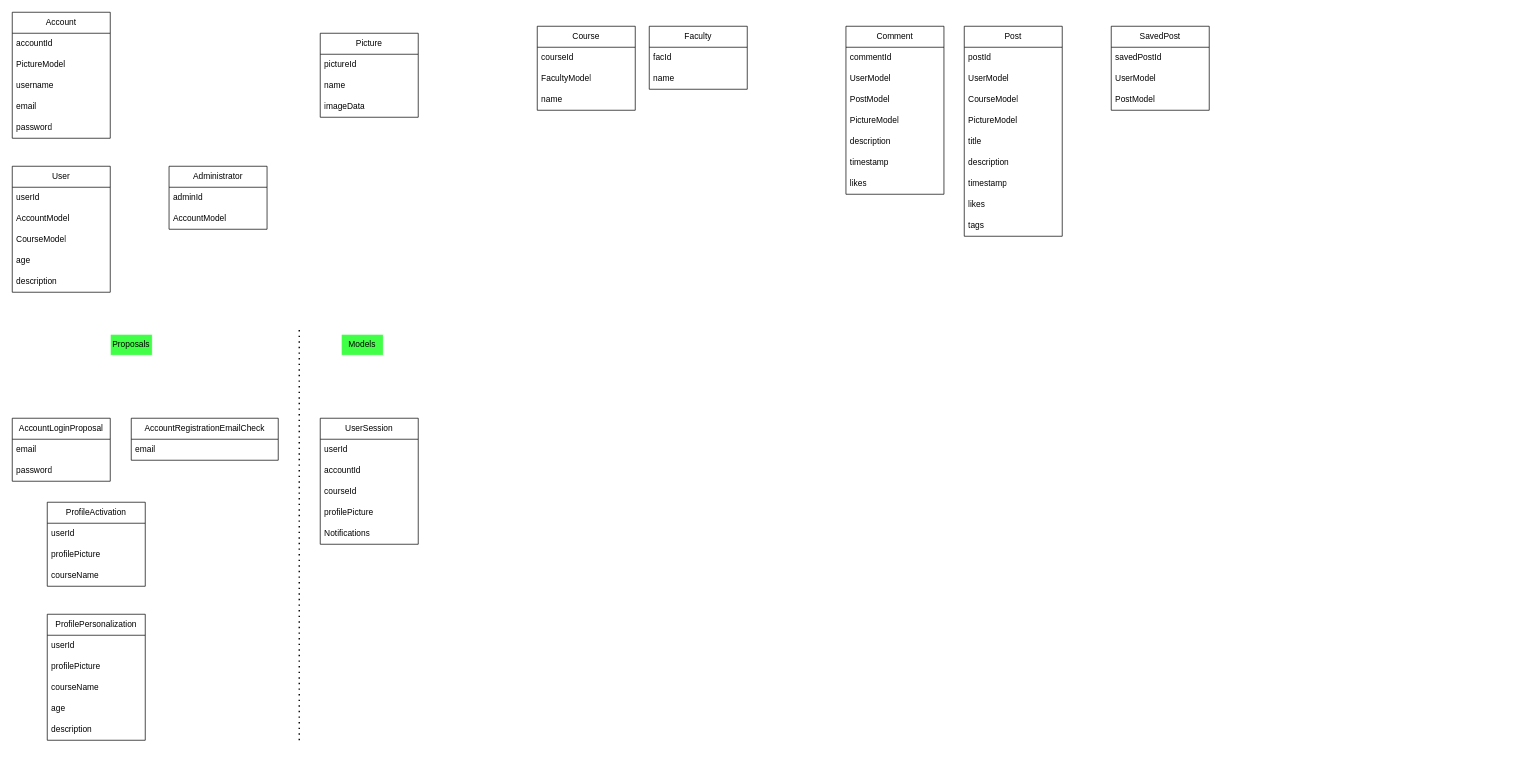
The draw.io diagram docs/diagrams/sources/ModelRefactoring.drawio in SE-TINF22B6/DHBWhub, before the edit. Source tidied: cells renumbered, new cells numbered last; positions are measured from the earlier drawing's top-left corner, leaving out a move shared by most shapes. Both pictures are drawn from the tidied source at 70%, with x=0, y=0 at pixel (12, 12).
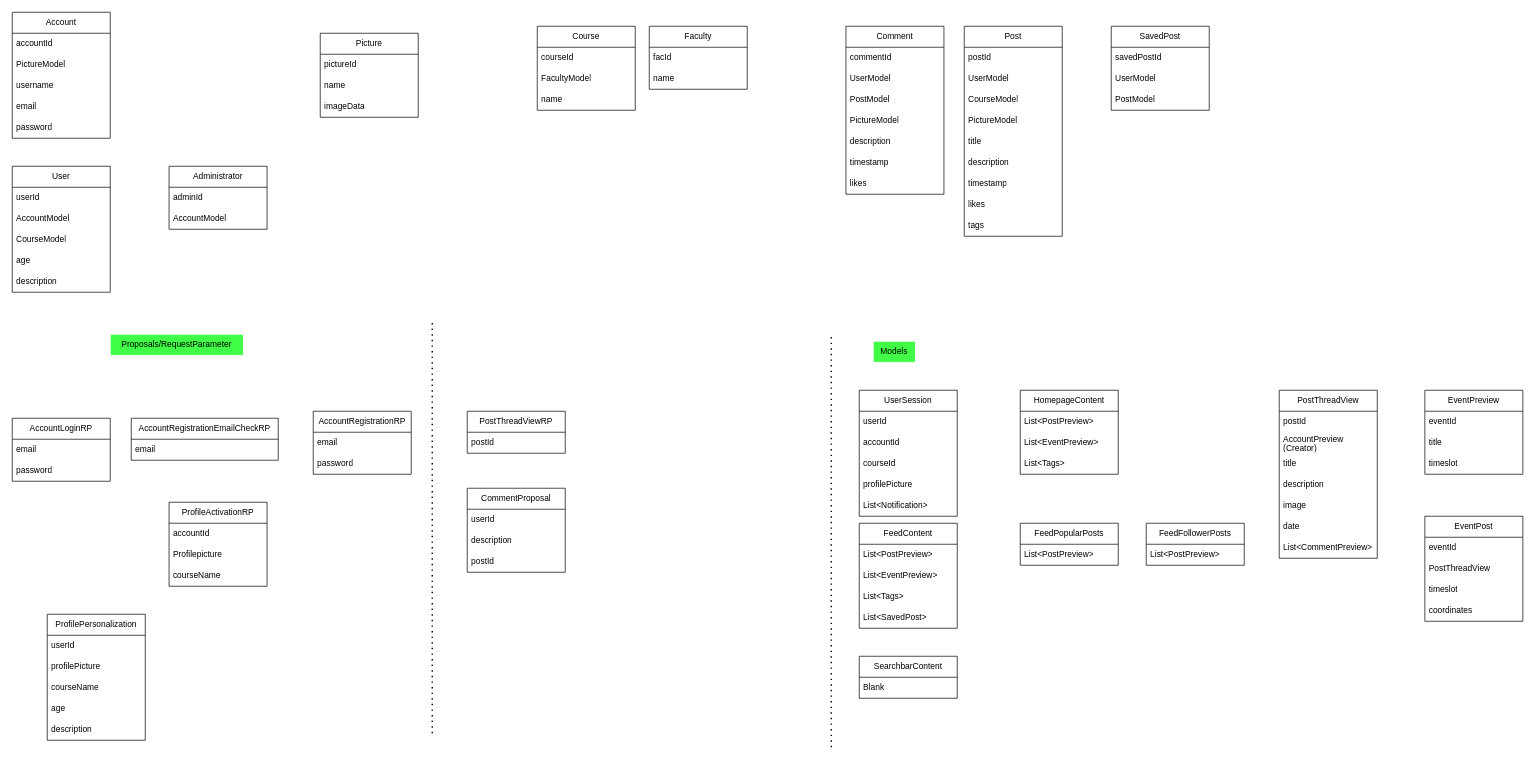
Above is the later version.

Diff of the diagram source:
```diff
@@
-    <mxCell id="50" value="Proposals" style="text;html=1;strokeColor=#FFFFFF;fillColor=#40FF46;align=center;verticalAlign=middle;whiteSpace=wrap;rounded=0;" parent="1" vertex="1">
-      <mxGeometry x="140" y="460" width="60" height="30" as="geometry" />
+    <mxCell id="50" value="&lt;div&gt;Proposals/RequestParameter&lt;/div&gt;" style="text;html=1;strokeColor=#FFFFFF;fillColor=#40FF46;align=center;verticalAlign=middle;whiteSpace=wrap;rounded=0;" parent="1" vertex="1">
+      <mxGeometry x="140" y="460" width="190" height="30" as="geometry" />
     </mxCell>
     <mxCell id="51" value="Models" style="text;html=1;strokeColor=#FFFFFF;fillColor=#40FF46;align=center;verticalAlign=middle;whiteSpace=wrap;rounded=0;" parent="1" vertex="1">
-      <mxGeometry x="470" y="460" width="60" height="30" as="geometry" />
+      <mxGeometry x="1230" y="470" width="60" height="30" as="geometry" />
     </mxCell>
-    <mxCell id="52" value="AccountLoginProposal" style="swimlane;fontStyle=0;horizontal=1;startSize=30;whiteSpace=wrap;html=1;" parent="1" vertex="1">
+    <mxCell id="52" value="AccountLoginRP" style="swimlane;fontStyle=0;horizontal=1;startSize=30;whiteSpace=wrap;html=1;" parent="1" vertex="1">
       <mxGeometry y="580" width="140" height="90" as="geometry" />
     </mxCell>
@@
-    <mxCell id="55" value="AccountRegistrationEmailCheck" style="swimlane;fontStyle=0;horizontal=1;startSize=30;whiteSpace=wrap;html=1;" parent="1" vertex="1">
+    <mxCell id="55" value="AccountRegistrationEmailCheckRP" style="swimlane;fontStyle=0;horizontal=1;startSize=30;whiteSpace=wrap;html=1;" parent="1" vertex="1">
       <mxGeometry x="170" y="580" width="210" height="60" as="geometry" />
     </mxCell>
@@
-    <mxCell id="57" value="ProfileActivation" style="swimlane;fontStyle=0;horizontal=1;startSize=30;whiteSpace=wrap;html=1;" parent="1" vertex="1">
-      <mxGeometry x="50" y="700" width="140" height="120" as="geometry" />
+    <mxCell id="57" value="ProfileActivationRP" style="swimlane;fontStyle=0;horizontal=1;startSize=30;whiteSpace=wrap;html=1;" parent="1" vertex="1">
+      <mxGeometry x="224" y="700" width="140" height="120" as="geometry" />
     </mxCell>
-    <mxCell id="58" value="userId" style="text;strokeColor=none;fillColor=none;align=left;verticalAlign=middle;spacingLeft=4;spacingRight=4;overflow=hidden;whiteSpace=wrap;html=1;" parent="57" vertex="1">
+    <mxCell id="58" value="accountId" style="text;strokeColor=none;fillColor=none;align=left;verticalAlign=middle;spacingLeft=4;spacingRight=4;overflow=hidden;whiteSpace=wrap;html=1;" parent="57" vertex="1">
       <mxGeometry y="30" width="140" height="30" as="geometry" />
     </mxCell>
-    <mxCell id="59" value="profilePicture" style="text;strokeColor=none;fillColor=none;align=left;verticalAlign=middle;spacingLeft=4;spacingRight=4;overflow=hidden;whiteSpace=wrap;html=1;" parent="57" vertex="1">
+    <mxCell id="59" value="Profilepicture" style="text;strokeColor=none;fillColor=none;align=left;verticalAlign=middle;spacingLeft=4;spacingRight=4;overflow=hidden;whiteSpace=wrap;html=1;" parent="57" vertex="1">
       <mxGeometry y="60" width="140" height="30" as="geometry" />
     </mxCell>
@@
     <mxCell id="67" value="UserSession" style="swimlane;fontStyle=0;horizontal=1;startSize=30;whiteSpace=wrap;html=1;" parent="1" vertex="1">
-      <mxGeometry x="440" y="580" width="140" height="180" as="geometry" />
+      <mxGeometry x="1210" y="540" width="140" height="180" as="geometry" />
     </mxCell>
@@
-    <mxCell id="72" value="Notifications" style="text;strokeColor=none;fillColor=none;align=left;verticalAlign=middle;spacingLeft=4;spacingRight=4;overflow=hidden;whiteSpace=wrap;html=1;" parent="67" vertex="1">
+    <mxCell id="72" value="List&amp;lt;Notification&amp;gt;" style="text;strokeColor=none;fillColor=none;align=left;verticalAlign=middle;spacingLeft=4;spacingRight=4;overflow=hidden;whiteSpace=wrap;html=1;" parent="67" vertex="1">
       <mxGeometry y="150" width="140" height="30" as="geometry" />
     </mxCell>
     <mxCell id="73" style="endArrow=none;dashed=1;html=1;dashPattern=1 3;strokeWidth=2;rounded=0;" parent="1" edge="1">
       <mxGeometry relative="1" as="geometry">
-        <mxPoint x="410" y="1040" as="sourcePoint" />
-        <mxPoint x="410" y="450" as="targetPoint" />
+        <mxPoint x="1170" y="1050" as="sourcePoint" />
+        <mxPoint x="1170" y="460" as="targetPoint" />
       </mxGeometry>
     </mxCell>
+    <mxCell id="74" value="AccountRegistrationRP" style="swimlane;fontStyle=0;horizontal=1;startSize=30;whiteSpace=wrap;html=1;" parent="1" vertex="1">
+      <mxGeometry x="430" y="570" width="140" height="90" as="geometry" />
+    </mxCell>
+    <mxCell id="75" value="email" style="text;strokeColor=none;fillColor=none;align=left;verticalAlign=middle;spacingLeft=4;spacingRight=4;overflow=hidden;whiteSpace=wrap;html=1;" parent="74" vertex="1">
+      <mxGeometry y="30" width="140" height="30" as="geometry" />
+    </mxCell>
+    <mxCell id="76" value="password" style="text;strokeColor=none;fillColor=none;align=left;verticalAlign=middle;spacingLeft=4;spacingRight=4;overflow=hidden;whiteSpace=wrap;html=1;" parent="74" vertex="1">
+      <mxGeometry y="60" width="140" height="30" as="geometry" />
+    </mxCell>
+    <mxCell id="77" value="HomepageContent" style="swimlane;fontStyle=0;horizontal=1;startSize=30;whiteSpace=wrap;html=1;" parent="1" vertex="1">
+      <mxGeometry x="1440" y="540" width="140" height="120" as="geometry" />
+    </mxCell>
+    <mxCell id="78" value="List&amp;lt;PostPreview&amp;gt;" style="text;strokeColor=none;fillColor=none;align=left;verticalAlign=middle;spacingLeft=4;spacingRight=4;overflow=hidden;whiteSpace=wrap;html=1;" parent="77" vertex="1">
+      <mxGeometry y="30" width="140" height="30" as="geometry" />
+    </mxCell>
+    <mxCell id="79" value="List&amp;lt;EventPreview&amp;gt;" style="text;strokeColor=none;fillColor=none;align=left;verticalAlign=middle;spacingLeft=4;spacingRight=4;overflow=hidden;whiteSpace=wrap;html=1;" parent="77" vertex="1">
+      <mxGeometry y="60" width="140" height="30" as="geometry" />
+    </mxCell>
+    <mxCell id="80" value="List&amp;lt;Tags&amp;gt;" style="text;strokeColor=none;fillColor=none;align=left;verticalAlign=middle;spacingLeft=4;spacingRight=4;overflow=hidden;whiteSpace=wrap;html=1;" parent="77" vertex="1">
+      <mxGeometry y="90" width="140" height="30" as="geometry" />
+    </mxCell>
+    <mxCell id="81" value="FeedContent" style="swimlane;fontStyle=0;horizontal=1;startSize=30;whiteSpace=wrap;html=1;" parent="1" vertex="1">
+      <mxGeometry x="1210" y="730" width="140" height="150" as="geometry" />
+    </mxCell>
+    <mxCell id="82" value="List&amp;lt;PostPreview&amp;gt;" style="text;strokeColor=none;fillColor=none;align=left;verticalAlign=middle;spacingLeft=4;spacingRight=4;overflow=hidden;whiteSpace=wrap;html=1;" parent="81" vertex="1">
+      <mxGeometry y="30" width="140" height="30" as="geometry" />
+    </mxCell>
+    <mxCell id="83" value="List&amp;lt;EventPreview&amp;gt;" style="text;strokeColor=none;fillColor=none;align=left;verticalAlign=middle;spacingLeft=4;spacingRight=4;overflow=hidden;whiteSpace=wrap;html=1;" parent="81" vertex="1">
+      <mxGeometry y="60" width="140" height="30" as="geometry" />
+    </mxCell>
+    <mxCell id="84" value="List&amp;lt;Tags&amp;gt;" style="text;strokeColor=none;fillColor=none;align=left;verticalAlign=middle;spacingLeft=4;spacingRight=4;overflow=hidden;whiteSpace=wrap;html=1;" parent="81" vertex="1">
+      <mxGeometry y="90" width="140" height="30" as="geometry" />
+    </mxCell>
+    <mxCell id="85" value="List&amp;lt;SavedPost&amp;gt;" style="text;strokeColor=none;fillColor=none;align=left;verticalAlign=middle;spacingLeft=4;spacingRight=4;overflow=hidden;whiteSpace=wrap;html=1;" parent="81" vertex="1">
+      <mxGeometry y="120" width="140" height="30" as="geometry" />
+    </mxCell>
+    <mxCell id="86" value="FeedPopularPosts" style="swimlane;fontStyle=0;horizontal=1;startSize=30;whiteSpace=wrap;html=1;" parent="1" vertex="1">
+      <mxGeometry x="1440" y="730" width="140" height="60" as="geometry" />
+    </mxCell>
+    <mxCell id="87" value="List&amp;lt;PostPreview&amp;gt;" style="text;strokeColor=none;fillColor=none;align=left;verticalAlign=middle;spacingLeft=4;spacingRight=4;overflow=hidden;whiteSpace=wrap;html=1;" parent="86" vertex="1">
+      <mxGeometry y="30" width="140" height="30" as="geometry" />
+    </mxCell>
+    <mxCell id="88" value="FeedFollowerPosts" style="swimlane;fontStyle=0;horizontal=1;startSize=30;whiteSpace=wrap;html=1;" parent="1" vertex="1">
+      <mxGeometry x="1620" y="730" width="140" height="60" as="geometry" />
+    </mxCell>
+    <mxCell id="89" value="List&amp;lt;PostPreview&amp;gt;" style="text;strokeColor=none;fillColor=none;align=left;verticalAlign=middle;spacingLeft=4;spacingRight=4;overflow=hidden;whiteSpace=wrap;html=1;" parent="88" vertex="1">
+      <mxGeometry y="30" width="140" height="30" as="geometry" />
+    </mxCell>
+    <mxCell id="90" value="SearchbarContent" style="swimlane;fontStyle=0;horizontal=1;startSize=30;whiteSpace=wrap;html=1;" parent="1" vertex="1">
+      <mxGeometry x="1210" y="920" width="140" height="60" as="geometry" />
+    </mxCell>
+    <mxCell id="91" value="Blank" style="text;strokeColor=none;fillColor=none;align=left;verticalAlign=middle;spacingLeft=4;spacingRight=4;overflow=hidden;whiteSpace=wrap;html=1;" parent="90" vertex="1">
+      <mxGeometry y="30" width="140" height="30" as="geometry" />
+    </mxCell>
+    <mxCell id="92" style="endArrow=none;dashed=1;html=1;dashPattern=1 3;strokeWidth=2;rounded=0;" parent="1" edge="1">
+      <mxGeometry relative="1" as="geometry">
+        <mxPoint x="600" y="1030" as="sourcePoint" />
+        <mxPoint x="600" y="440" as="targetPoint" />
+      </mxGeometry>
+    </mxCell>
+    <mxCell id="93" value="PostThreadViewRP" style="swimlane;fontStyle=0;horizontal=1;startSize=30;whiteSpace=wrap;html=1;" parent="1" vertex="1">
+      <mxGeometry x="650" y="570" width="140" height="60" as="geometry" />
+    </mxCell>
+    <mxCell id="94" value="postId" style="text;strokeColor=none;fillColor=none;align=left;verticalAlign=middle;spacingLeft=4;spacingRight=4;overflow=hidden;whiteSpace=wrap;html=1;" parent="93" vertex="1">
+      <mxGeometry y="30" width="140" height="30" as="geometry" />
+    </mxCell>
+    <mxCell id="95" value="PostThreadView" style="swimlane;fontStyle=0;horizontal=1;startSize=30;whiteSpace=wrap;html=1;" parent="1" vertex="1">
+      <mxGeometry x="1810" y="540" width="140" height="240" as="geometry" />
+    </mxCell>
+    <mxCell id="96" value="postId" style="text;strokeColor=none;fillColor=none;align=left;verticalAlign=middle;spacingLeft=4;spacingRight=4;overflow=hidden;whiteSpace=wrap;html=1;" parent="95" vertex="1">
+      <mxGeometry y="30" width="140" height="30" as="geometry" />
+    </mxCell>
+    <mxCell id="97" value="AccountPreview (Creator)" style="text;strokeColor=none;fillColor=none;align=left;verticalAlign=middle;spacingLeft=4;spacingRight=4;overflow=hidden;whiteSpace=wrap;html=1;" parent="95" vertex="1">
+      <mxGeometry y="60" width="140" height="30" as="geometry" />
+    </mxCell>
+    <mxCell id="98" value="title" style="text;strokeColor=none;fillColor=none;align=left;verticalAlign=middle;spacingLeft=4;spacingRight=4;overflow=hidden;whiteSpace=wrap;html=1;" parent="95" vertex="1">
+      <mxGeometry y="90" width="140" height="30" as="geometry" />
+    </mxCell>
+    <mxCell id="99" value="description" style="text;strokeColor=none;fillColor=none;align=left;verticalAlign=middle;spacingLeft=4;spacingRight=4;overflow=hidden;whiteSpace=wrap;html=1;" parent="95" vertex="1">
+      <mxGeometry y="120" width="140" height="30" as="geometry" />
+    </mxCell>
+    <mxCell id="100" value="image" style="text;strokeColor=none;fillColor=none;align=left;verticalAlign=middle;spacingLeft=4;spacingRight=4;overflow=hidden;whiteSpace=wrap;html=1;" parent="95" vertex="1">
+      <mxGeometry y="150" width="140" height="30" as="geometry" />
+    </mxCell>
+    <mxCell id="101" value="date" style="text;strokeColor=none;fillColor=none;align=left;verticalAlign=middle;spacingLeft=4;spacingRight=4;overflow=hidden;whiteSpace=wrap;html=1;" parent="95" vertex="1">
+      <mxGeometry y="180" width="140" height="30" as="geometry" />
+    </mxCell>
+    <mxCell id="102" value="List&amp;lt;CommentPreview&amp;gt;" style="text;strokeColor=none;fillColor=none;align=left;verticalAlign=middle;spacingLeft=4;spacingRight=4;overflow=hidden;whiteSpace=wrap;html=1;" parent="95" vertex="1">
+      <mxGeometry y="210" width="140" height="30" as="geometry" />
+    </mxCell>
+    <mxCell id="103" value="CommentProposal" style="swimlane;fontStyle=0;horizontal=1;startSize=30;whiteSpace=wrap;html=1;" parent="1" vertex="1">
+      <mxGeometry x="650" y="680" width="140" height="120" as="geometry" />
+    </mxCell>
+    <mxCell id="104" value="userId" style="text;strokeColor=none;fillColor=none;align=left;verticalAlign=middle;spacingLeft=4;spacingRight=4;overflow=hidden;whiteSpace=wrap;html=1;" parent="103" vertex="1">
+      <mxGeometry y="30" width="140" height="30" as="geometry" />
+    </mxCell>
+    <mxCell id="105" value="description" style="text;strokeColor=none;fillColor=none;align=left;verticalAlign=middle;spacingLeft=4;spacingRight=4;overflow=hidden;whiteSpace=wrap;html=1;" parent="103" vertex="1">
+      <mxGeometry y="60" width="140" height="30" as="geometry" />
+    </mxCell>
+    <mxCell id="106" value="postId" style="text;strokeColor=none;fillColor=none;align=left;verticalAlign=middle;spacingLeft=4;spacingRight=4;overflow=hidden;whiteSpace=wrap;html=1;" parent="103" vertex="1">
+      <mxGeometry y="90" width="140" height="30" as="geometry" />
+    </mxCell>
+    <mxCell id="107" value="EventPreview" style="swimlane;fontStyle=0;horizontal=1;startSize=30;whiteSpace=wrap;html=1;" parent="1" vertex="1">
+      <mxGeometry x="2018" y="540" width="140" height="120" as="geometry" />
+    </mxCell>
+    <mxCell id="108" value="eventId" style="text;strokeColor=none;fillColor=none;align=left;verticalAlign=middle;spacingLeft=4;spacingRight=4;overflow=hidden;whiteSpace=wrap;html=1;" parent="107" vertex="1">
+      <mxGeometry y="30" width="140" height="30" as="geometry" />
+    </mxCell>
+    <mxCell id="109" value="title" style="text;strokeColor=none;fillColor=none;align=left;verticalAlign=middle;spacingLeft=4;spacingRight=4;overflow=hidden;whiteSpace=wrap;html=1;" parent="107" vertex="1">
+      <mxGeometry y="60" width="140" height="30" as="geometry" />
+    </mxCell>
+    <mxCell id="110" value="timeslot" style="text;strokeColor=none;fillColor=none;align=left;verticalAlign=middle;spacingLeft=4;spacingRight=4;overflow=hidden;whiteSpace=wrap;html=1;" parent="107" vertex="1">
+      <mxGeometry y="90" width="140" height="30" as="geometry" />
+    </mxCell>
+    <mxCell id="111" value="EventPost" style="swimlane;fontStyle=0;horizontal=1;startSize=30;whiteSpace=wrap;html=1;" parent="1" vertex="1">
+      <mxGeometry x="2018" y="720" width="140" height="150" as="geometry" />
+    </mxCell>
+    <mxCell id="112" value="eventId" style="text;strokeColor=none;fillColor=none;align=left;verticalAlign=middle;spacingLeft=4;spacingRight=4;overflow=hidden;whiteSpace=wrap;html=1;" parent="111" vertex="1">
+      <mxGeometry y="30" width="140" height="30" as="geometry" />
+    </mxCell>
+    <mxCell id="113" value="PostThreadView" style="text;strokeColor=none;fillColor=none;align=left;verticalAlign=middle;spacingLeft=4;spacingRight=4;overflow=hidden;whiteSpace=wrap;html=1;" parent="111" vertex="1">
+      <mxGeometry y="60" width="140" height="30" as="geometry" />
+    </mxCell>
+    <mxCell id="114" value="timeslot" style="text;strokeColor=none;fillColor=none;align=left;verticalAlign=middle;spacingLeft=4;spacingRight=4;overflow=hidden;whiteSpace=wrap;html=1;" parent="111" vertex="1">
+      <mxGeometry y="90" width="140" height="30" as="geometry" />
+    </mxCell>
+    <mxCell id="115" value="coordinates" style="text;strokeColor=none;fillColor=none;align=left;verticalAlign=middle;spacingLeft=4;spacingRight=4;overflow=hidden;whiteSpace=wrap;html=1;" parent="111" vertex="1">
+      <mxGeometry y="120" width="140" height="30" as="geometry" />
+    </mxCell>
```
